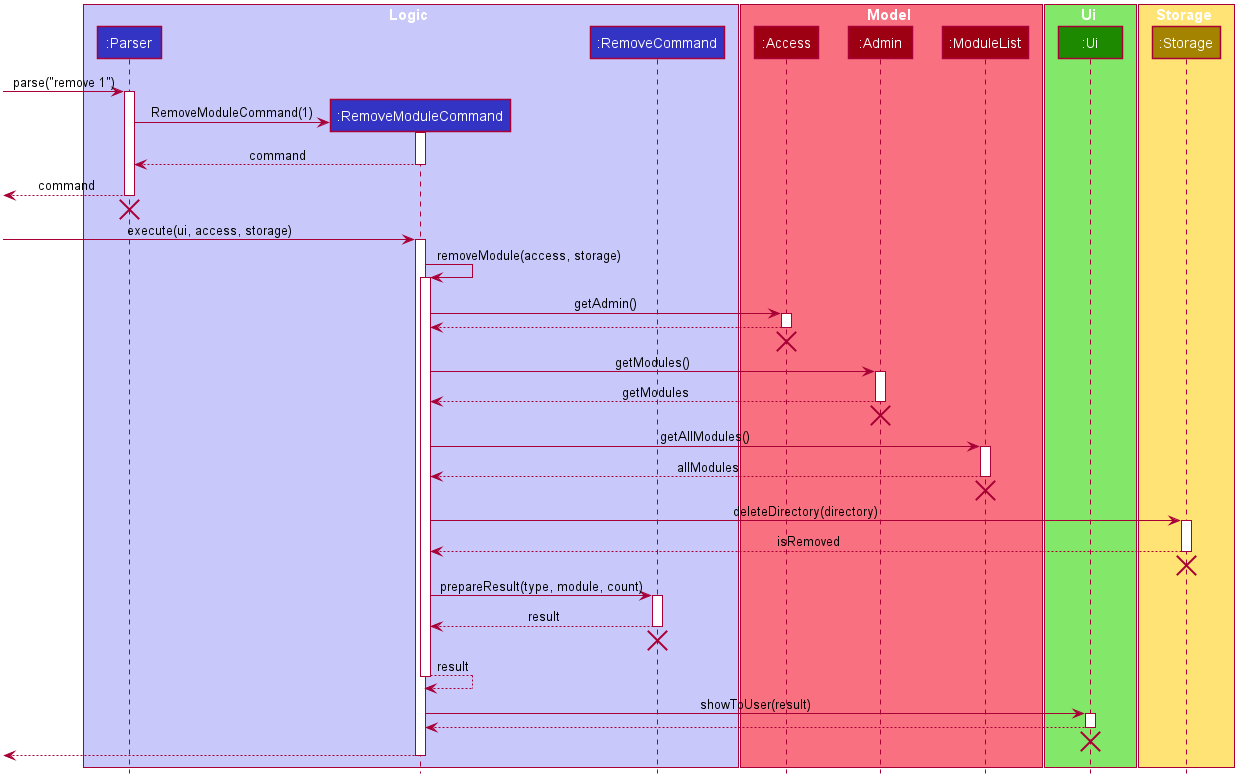
Above: docs/DG_Images/removemod_seq_diagram.png in nus-cs2113-AY2021S1/tp (PlantUML), before the change.
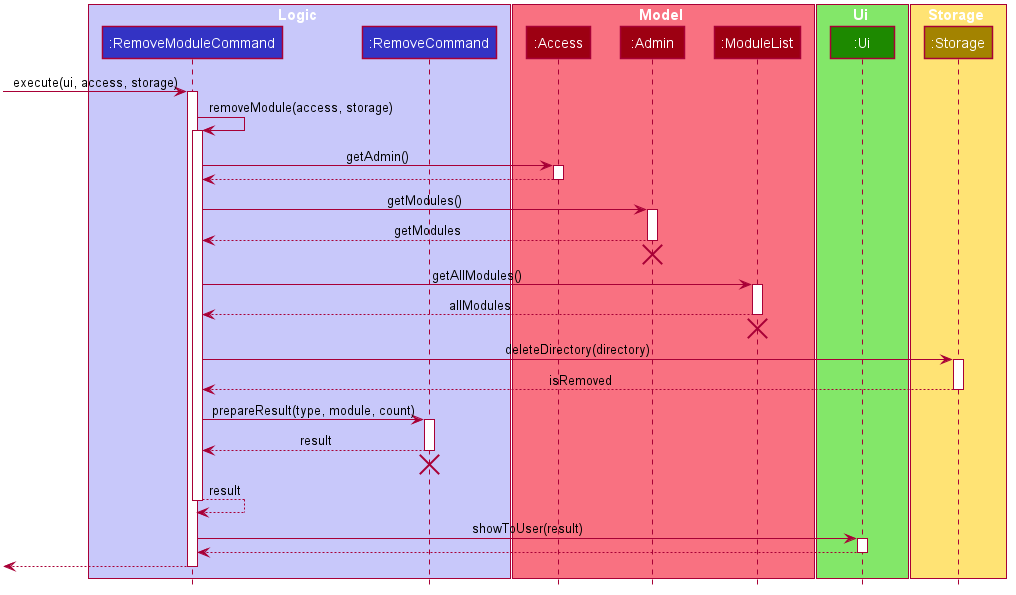
After the commit.

Commit message:
Remove parser and modify deletion of objects

Change to the diagram source:
```diff
@@ -49,7 +49,6 @@
 hide circle
 
 box Logic #C8C8FA
-participant ":Parser" as Parser #3333C4
 participant ":RemoveModuleCommand" as RemoveModuleCommand #3333C4
 participant ":RemoveCommand" as RemoveCommand #3333C4
 end box
@@ -68,21 +67,6 @@
 participant ":Storage" as Storage #A38300
 end box
 
-[-> Parser : parse("remove 1")
-activate Parser
-
-create RemoveModuleCommand
-Parser -> RemoveModuleCommand : RemoveModuleCommand(1)
-activate RemoveModuleCommand
-
-RemoveModuleCommand --> Parser : command
-deactivate RemoveModuleCommand
-
-[<-- Parser : command
-deactivate Parser
-[<-[hidden]- Parser
-destroy Parser
-
 -> RemoveModuleCommand : execute(ui, access, storage)
 activate RemoveModuleCommand
 RemoveModuleCommand -> RemoveModuleCommand : removeModule(access, storage)
@@ -91,8 +75,6 @@
 activate Access
 RemoveModuleCommand <-- Access
 deactivate Access
-[<-[hidden]- Access
-destroy Access
 RemoveModuleCommand -> Admin : getModules()
 activate Admin
 RemoveModuleCommand <-- Admin : getModules
@@ -109,8 +91,6 @@
 activate Storage
 RemoveModuleCommand <-- Storage : isRemoved
 deactivate Storage
-[<-[hidden]- Storage
-destroy Storage
 RemoveModuleCommand -> RemoveCommand : prepareResult(type, module, count)
 activate RemoveCommand
 RemoveModuleCommand <-- RemoveCommand : result
@@ -123,8 +103,6 @@
 activate Ui
 RemoveModuleCommand <-- Ui
 deactivate Ui
-[<-[hidden]- Ui
-destroy Ui
 <-- RemoveModuleCommand
 deactivate RemoveModuleCommand
 @enduml
```
